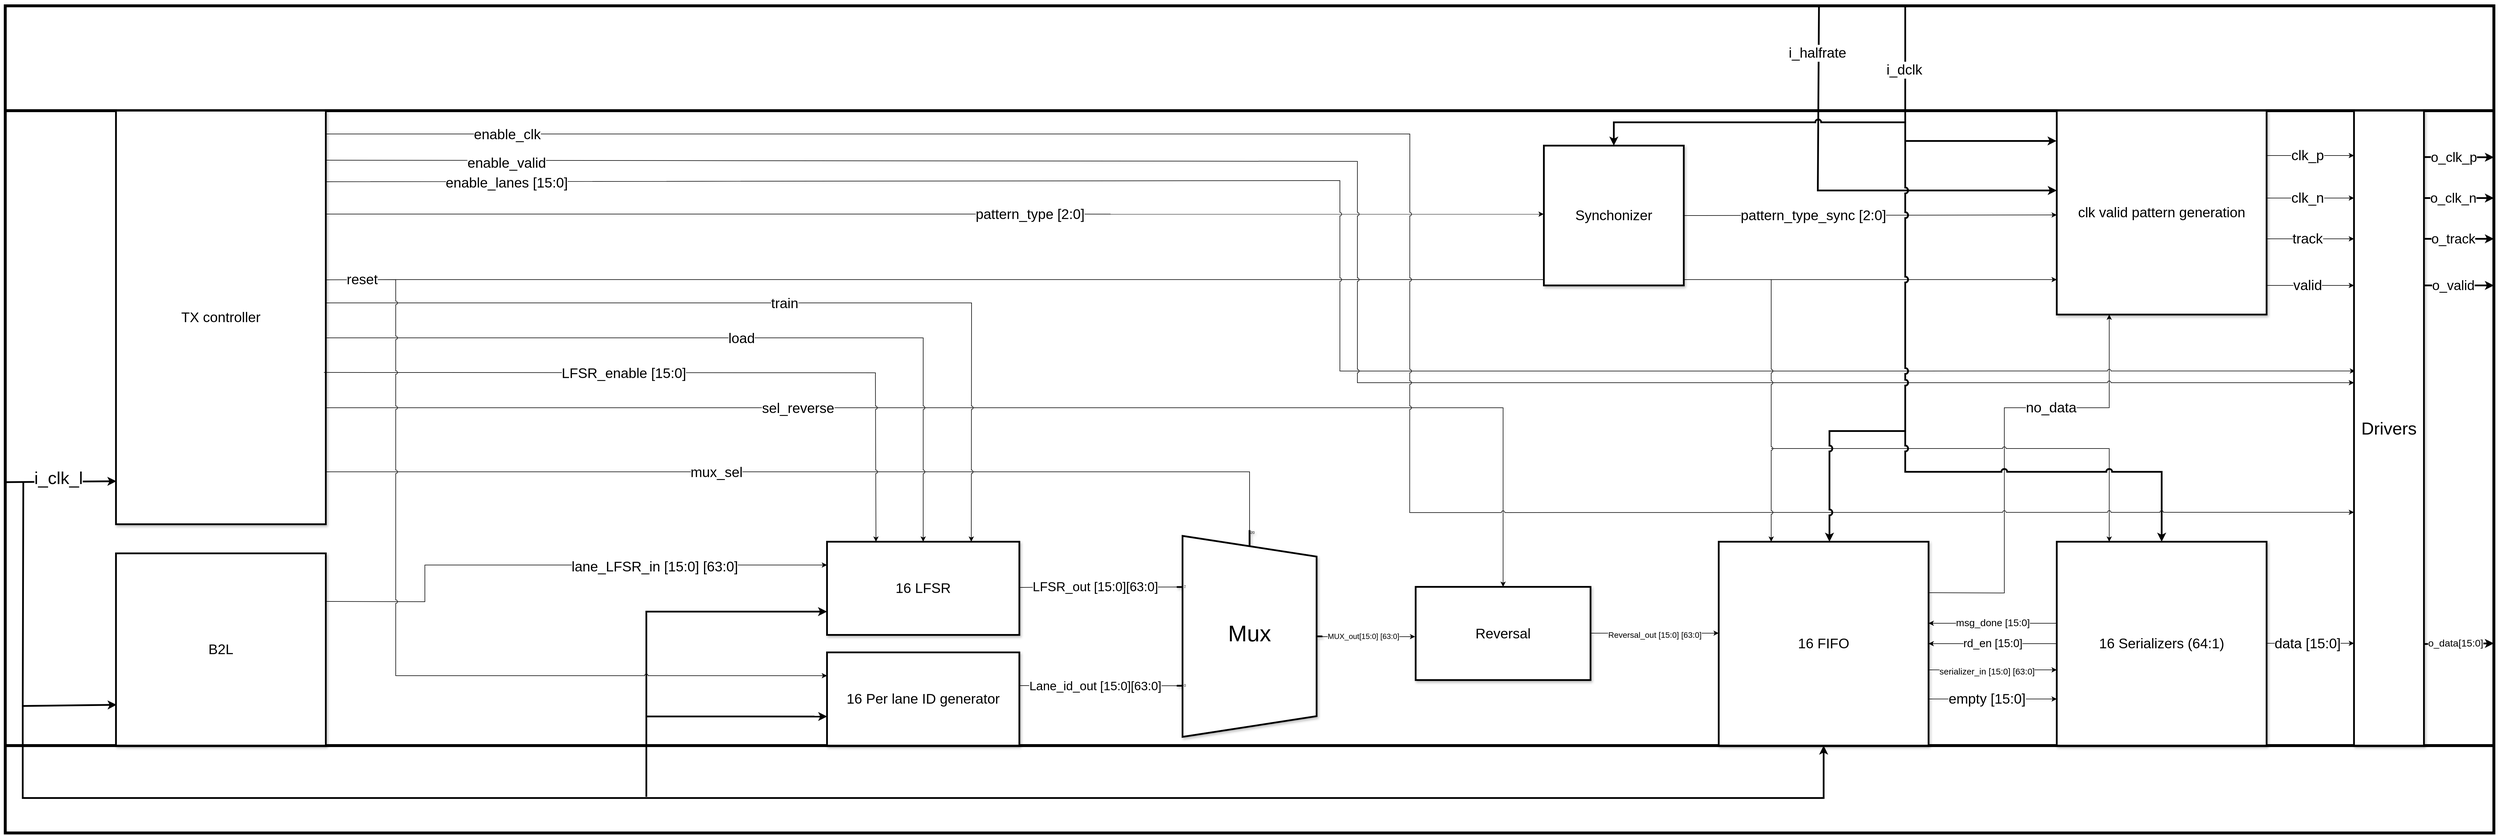
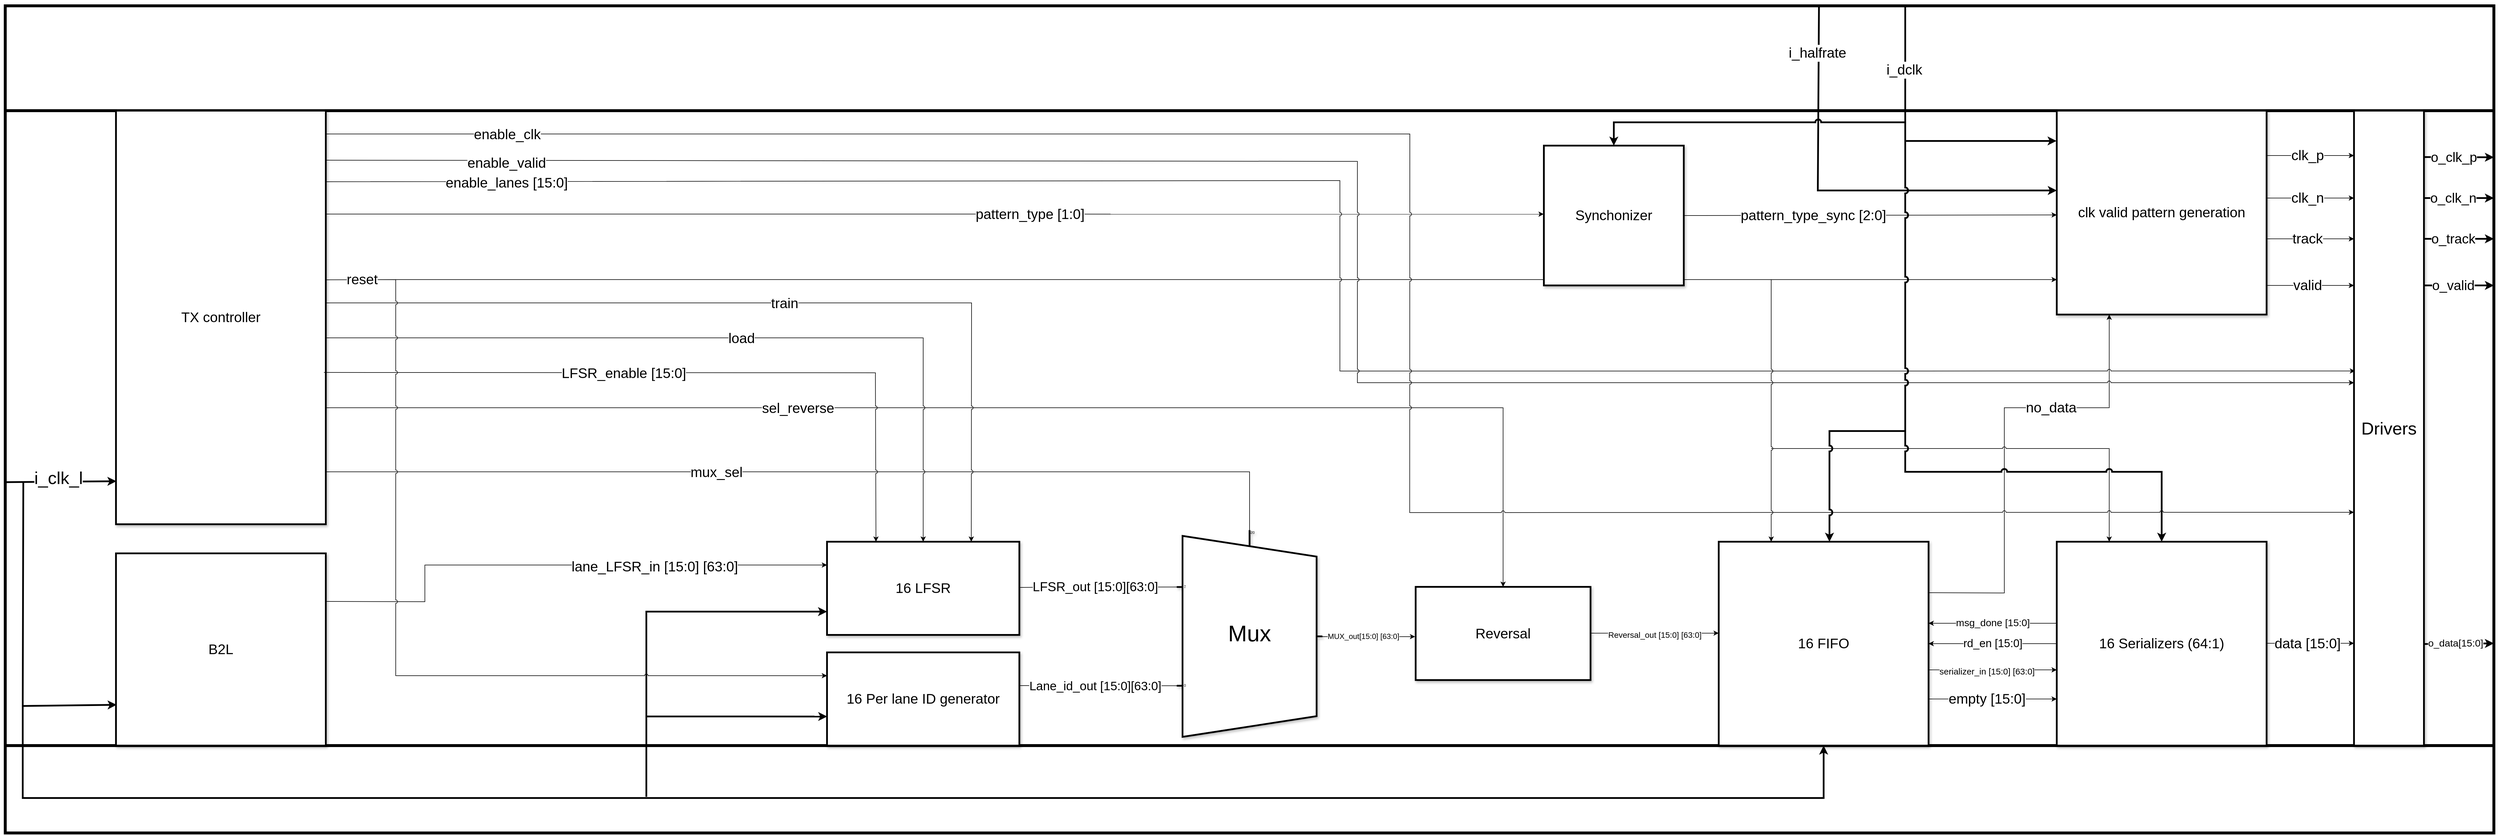
<mxfile host="65bd71144e">
    <diagram id="ARh5Sdh2C6SgtD2m0Pad" name="Page-1">
-         <mxGraphModel dx="5179" dy="2878" grid="1" gridSize="10" guides="1" tooltips="1" connect="1" arrows="1" fold="1" page="1" pageScale="1" pageWidth="850" pageHeight="1100" math="0" shadow="0">
+         <mxGraphModel dx="3996" dy="2078" grid="1" gridSize="10" guides="1" tooltips="1" connect="1" arrows="1" fold="1" page="1" pageScale="1" pageWidth="850" pageHeight="1100" math="0" shadow="0">
            <root>
                <mxCell id="0"/>
                <mxCell id="1" parent="0"/>
-                 <mxCell id="46" value="" style="rounded=0;whiteSpace=wrap;html=1;strokeWidth=5;" vertex="1" parent="1">
+                 <mxCell id="46" value="" style="rounded=0;whiteSpace=wrap;html=1;strokeWidth=5;" parent="1" vertex="1">
                    <mxGeometry x="-1730" y="-180" width="4270" height="1420" as="geometry"/>
                </mxCell>
                <mxCell id="2" value="" style="rounded=0;whiteSpace=wrap;html=1;strokeWidth=5;" parent="1" vertex="1">
                    <mxGeometry x="-1730" width="4270" height="1090" as="geometry"/>
                </mxCell>
                <mxCell id="3" value="&lt;font style=&quot;font-size: 30px;&quot;&gt;Drivers&lt;/font&gt;" style="rounded=0;whiteSpace=wrap;html=1;strokeWidth=3;shadow=1;" parent="1" vertex="1">
                    <mxGeometry x="2300" width="120" height="1090" as="geometry"/>
                </mxCell>
                <mxCell id="4" value="" style="endArrow=classic;html=1;exitX=1.003;exitY=0.073;exitDx=0;exitDy=0;exitPerimeter=0;strokeWidth=3;" parent="1" source="3" edge="1">
                    <mxGeometry width="50" height="50" relative="1" as="geometry">
                        <mxPoint x="2010" y="400" as="sourcePoint"/>
                        <mxPoint x="2540" y="80" as="targetPoint"/>
                    </mxGeometry>
                </mxCell>
                <mxCell id="6" value="&lt;font style=&quot;font-size: 23px;&quot;&gt;o_clk_p&lt;/font&gt;" style="edgeLabel;html=1;align=center;verticalAlign=middle;resizable=0;points=[];" parent="4" vertex="1" connectable="0">
                    <mxGeometry x="0.4869" y="-2" relative="1" as="geometry">
                        <mxPoint x="-39" y="-2" as="offset"/>
                    </mxGeometry>
                </mxCell>
                <mxCell id="7" value="" style="endArrow=classic;html=1;strokeWidth=3;" parent="1" edge="1">
                    <mxGeometry width="50" height="50" relative="1" as="geometry">
                        <mxPoint x="2420" y="150" as="sourcePoint"/>
                        <mxPoint x="2540" y="150" as="targetPoint"/>
                    </mxGeometry>
                </mxCell>
                <mxCell id="8" value="&lt;font style=&quot;font-size: 23px;&quot;&gt;o_clk_n&lt;/font&gt;" style="edgeLabel;html=1;align=center;verticalAlign=middle;resizable=0;points=[];" parent="7" vertex="1" connectable="0">
                    <mxGeometry x="0.4869" y="-2" relative="1" as="geometry">
                        <mxPoint x="-39" y="-2" as="offset"/>
                    </mxGeometry>
                </mxCell>
                <mxCell id="9" value="" style="endArrow=classic;html=1;exitX=1.003;exitY=0.073;exitDx=0;exitDy=0;exitPerimeter=0;strokeWidth=3;" parent="1" edge="1">
                    <mxGeometry width="50" height="50" relative="1" as="geometry">
                        <mxPoint x="2420" y="220" as="sourcePoint"/>
                        <mxPoint x="2540" y="220" as="targetPoint"/>
                    </mxGeometry>
                </mxCell>
                <mxCell id="10" value="&lt;font style=&quot;font-size: 23px;&quot;&gt;o_track&lt;/font&gt;" style="edgeLabel;html=1;align=center;verticalAlign=middle;resizable=0;points=[];" parent="9" vertex="1" connectable="0">
                    <mxGeometry x="0.4869" y="-2" relative="1" as="geometry">
                        <mxPoint x="-39" y="-2" as="offset"/>
                    </mxGeometry>
                </mxCell>
-                 <mxCell id="11" value="" style="endArrow=classic;html=1;entryX=1;entryY=0.839;entryDx=0;entryDy=0;entryPerimeter=0;exitX=0.994;exitY=0.852;exitDx=0;exitDy=0;exitPerimeter=0;strokeWidth=3;" parent="1" edge="1" target="2">
+                 <mxCell id="11" value="" style="endArrow=classic;html=1;entryX=1;entryY=0.839;entryDx=0;entryDy=0;entryPerimeter=0;exitX=0.994;exitY=0.852;exitDx=0;exitDy=0;exitPerimeter=0;strokeWidth=3;" parent="1" target="2" edge="1">
                    <mxGeometry width="50" height="50" relative="1" as="geometry">
                        <mxPoint x="2419.2799999999997" y="915.6800000000003" as="sourcePoint"/>
                        <mxPoint x="2550" y="913" as="targetPoint"/>
                    </mxGeometry>
                </mxCell>
                <mxCell id="12" value="&lt;font style=&quot;font-size: 17px;&quot;&gt;o_data[15:0]&lt;/font&gt;" style="edgeLabel;html=1;align=center;verticalAlign=middle;resizable=0;points=[];" parent="11" vertex="1" connectable="0">
                    <mxGeometry x="0.4869" y="-2" relative="1" as="geometry">
                        <mxPoint x="-36" y="-2" as="offset"/>
                    </mxGeometry>
                </mxCell>
                <mxCell id="18" value="&lt;font style=&quot;font-size: 24px;&quot;&gt;clk valid pattern generation&lt;/font&gt;" style="rounded=0;whiteSpace=wrap;html=1;strokeWidth=3;fillColor=#FFFFFF;shadow=1;" parent="1" vertex="1">
                    <mxGeometry x="1790" width="360" height="350" as="geometry"/>
                </mxCell>
                <mxCell id="19" value="" style="endArrow=classic;html=1;exitX=1.003;exitY=0.073;exitDx=0;exitDy=0;exitPerimeter=0;strokeWidth=3;" parent="1" edge="1">
                    <mxGeometry width="50" height="50" relative="1" as="geometry">
                        <mxPoint x="2419" y="300" as="sourcePoint"/>
                        <mxPoint x="2540" y="300" as="targetPoint"/>
                    </mxGeometry>
                </mxCell>
                <mxCell id="20" value="&lt;font style=&quot;font-size: 23px;&quot;&gt;o_valid&lt;/font&gt;" style="edgeLabel;html=1;align=center;verticalAlign=middle;resizable=0;points=[];" parent="19" vertex="1" connectable="0">
                    <mxGeometry x="0.4869" y="-2" relative="1" as="geometry">
                        <mxPoint x="-39" y="-2" as="offset"/>
                    </mxGeometry>
                </mxCell>
                <mxCell id="21" value="" style="endArrow=classic;html=1;entryX=1;entryY=1;entryDx=0;entryDy=0;exitX=0;exitY=1;exitDx=0;exitDy=0;rounded=0;strokeColor=default;strokeWidth=1;align=center;verticalAlign=middle;fontFamily=Helvetica;fontSize=11;fontColor=default;labelBackgroundColor=default;curved=0;" parent="1" edge="1">
                    <mxGeometry width="50" height="50" relative="1" as="geometry">
                        <mxPoint x="2150" y="77" as="sourcePoint"/>
                        <mxPoint x="2300" y="77" as="targetPoint"/>
                    </mxGeometry>
                </mxCell>
                <mxCell id="23" value="&lt;font style=&quot;font-size: 24px;&quot;&gt;clk_p&lt;/font&gt;" style="edgeLabel;html=1;align=center;verticalAlign=middle;resizable=0;points=[];rounded=0;strokeColor=default;strokeWidth=3;fontFamily=Helvetica;fontSize=11;fontColor=default;labelBackgroundColor=default;" parent="21" vertex="1" connectable="0">
                    <mxGeometry x="-0.4867" relative="1" as="geometry">
                        <mxPoint x="31" as="offset"/>
                    </mxGeometry>
                </mxCell>
                <mxCell id="24" value="" style="endArrow=classic;html=1;entryX=1;entryY=1;entryDx=0;entryDy=0;exitX=0;exitY=1;exitDx=0;exitDy=0;rounded=0;strokeColor=default;strokeWidth=1;align=center;verticalAlign=middle;fontFamily=Helvetica;fontSize=11;fontColor=default;labelBackgroundColor=default;curved=0;" parent="1" edge="1">
                    <mxGeometry width="50" height="50" relative="1" as="geometry">
                        <mxPoint x="2150" y="150" as="sourcePoint"/>
                        <mxPoint x="2300" y="150" as="targetPoint"/>
                    </mxGeometry>
                </mxCell>
                <mxCell id="25" value="&lt;font style=&quot;font-size: 24px;&quot;&gt;clk_n&lt;/font&gt;" style="edgeLabel;html=1;align=center;verticalAlign=middle;resizable=0;points=[];rounded=0;strokeColor=default;strokeWidth=3;fontFamily=Helvetica;fontSize=11;fontColor=default;labelBackgroundColor=default;" parent="24" vertex="1" connectable="0">
                    <mxGeometry x="-0.4867" relative="1" as="geometry">
                        <mxPoint x="31" as="offset"/>
                    </mxGeometry>
                </mxCell>
                <mxCell id="26" value="" style="endArrow=classic;html=1;entryX=1;entryY=1;entryDx=0;entryDy=0;exitX=0;exitY=1;exitDx=0;exitDy=0;rounded=0;strokeColor=default;strokeWidth=1;align=center;verticalAlign=middle;fontFamily=Helvetica;fontSize=11;fontColor=default;labelBackgroundColor=default;curved=0;" parent="1" edge="1">
                    <mxGeometry width="50" height="50" relative="1" as="geometry">
                        <mxPoint x="2150" y="220" as="sourcePoint"/>
                        <mxPoint x="2300" y="220" as="targetPoint"/>
                    </mxGeometry>
                </mxCell>
                <mxCell id="27" value="&lt;font style=&quot;font-size: 24px;&quot;&gt;track&lt;/font&gt;" style="edgeLabel;html=1;align=center;verticalAlign=middle;resizable=0;points=[];rounded=0;strokeColor=default;strokeWidth=3;fontFamily=Helvetica;fontSize=11;fontColor=default;labelBackgroundColor=default;" parent="26" vertex="1" connectable="0">
                    <mxGeometry x="-0.4867" relative="1" as="geometry">
                        <mxPoint x="31" as="offset"/>
                    </mxGeometry>
                </mxCell>
                <mxCell id="28" value="" style="endArrow=classic;html=1;entryX=1;entryY=1;entryDx=0;entryDy=0;exitX=0;exitY=1;exitDx=0;exitDy=0;rounded=0;strokeColor=default;strokeWidth=1;align=center;verticalAlign=middle;fontFamily=Helvetica;fontSize=11;fontColor=default;labelBackgroundColor=default;curved=0;" parent="1" edge="1">
                    <mxGeometry width="50" height="50" relative="1" as="geometry">
                        <mxPoint x="2150" y="300" as="sourcePoint"/>
                        <mxPoint x="2300" y="300" as="targetPoint"/>
                    </mxGeometry>
                </mxCell>
                <mxCell id="29" value="&lt;font style=&quot;font-size: 24px;&quot;&gt;valid&lt;/font&gt;" style="edgeLabel;html=1;align=center;verticalAlign=middle;resizable=0;points=[];rounded=0;strokeColor=default;strokeWidth=3;fontFamily=Helvetica;fontSize=11;fontColor=default;labelBackgroundColor=default;" parent="28" vertex="1" connectable="0">
                    <mxGeometry x="-0.4867" relative="1" as="geometry">
                        <mxPoint x="31" as="offset"/>
                    </mxGeometry>
                </mxCell>
                <mxCell id="31" value="&lt;font style=&quot;font-size: 24px;&quot;&gt;16 Serializers (64:1)&lt;/font&gt;" style="rounded=0;whiteSpace=wrap;html=1;strokeWidth=3;fillColor=#FFFFFF;shadow=1;" parent="1" vertex="1">
                    <mxGeometry x="1790" y="740" width="360" height="350" as="geometry"/>
                </mxCell>
                <mxCell id="33" value="" style="endArrow=classic;html=1;entryX=1;entryY=1;entryDx=0;entryDy=0;exitX=0;exitY=1;exitDx=0;exitDy=0;rounded=0;strokeColor=default;strokeWidth=1;align=center;verticalAlign=middle;fontFamily=Helvetica;fontSize=11;fontColor=default;labelBackgroundColor=default;curved=0;" parent="1" edge="1">
                    <mxGeometry width="50" height="50" relative="1" as="geometry">
                        <mxPoint x="2150" y="914.41" as="sourcePoint"/>
                        <mxPoint x="2300" y="914.41" as="targetPoint"/>
                    </mxGeometry>
                </mxCell>
                <mxCell id="34" value="&lt;font style=&quot;font-size: 24px;&quot;&gt;data [15:0]&lt;/font&gt;" style="edgeLabel;html=1;align=center;verticalAlign=middle;resizable=0;points=[];rounded=0;strokeColor=default;strokeWidth=3;fontFamily=Helvetica;fontSize=11;fontColor=default;labelBackgroundColor=default;" parent="33" vertex="1" connectable="0">
                    <mxGeometry x="-0.4867" relative="1" as="geometry">
                        <mxPoint x="31" as="offset"/>
                    </mxGeometry>
                </mxCell>
                <mxCell id="35" value="&lt;font style=&quot;font-size: 39px;&quot;&gt;Mux&lt;/font&gt;" style="shadow=1;dashed=0;align=center;html=1;strokeWidth=3;shape=mxgraph.electrical.abstract.mux2;whiteSpace=wrap;flipV=1;" parent="1" vertex="1">
                    <mxGeometry x="280" y="720" width="250" height="355" as="geometry"/>
                </mxCell>
                <mxCell id="36" value="&lt;font style=&quot;font-size: 24px;&quot;&gt;16 LFSR&lt;/font&gt;" style="rounded=0;whiteSpace=wrap;html=1;strokeWidth=3;fillColor=#FFFFFF;shadow=1;" parent="1" vertex="1">
                    <mxGeometry x="-320" y="740" width="330" height="160" as="geometry"/>
                </mxCell>
                <mxCell id="37" value="&lt;font style=&quot;font-size: 24px;&quot;&gt;16 Per lane ID generator&lt;/font&gt;" style="rounded=0;whiteSpace=wrap;html=1;strokeWidth=3;fillColor=#FFFFFF;shadow=1;" parent="1" vertex="1">
                    <mxGeometry x="-320" y="930" width="330" height="160" as="geometry"/>
                </mxCell>
                <mxCell id="38" value="&lt;font style=&quot;font-size: 24px;&quot;&gt;B2L&lt;/font&gt;" style="rounded=0;whiteSpace=wrap;html=1;strokeWidth=3;fillColor=#FFFFFF;shadow=1;" parent="1" vertex="1">
                    <mxGeometry x="-1540" y="760" width="360" height="330" as="geometry"/>
                </mxCell>
                <mxCell id="40" value="&lt;font style=&quot;font-size: 24px;&quot;&gt;TX controller&lt;/font&gt;" style="rounded=0;whiteSpace=wrap;html=1;strokeWidth=3;fillColor=#FFFFFF;shadow=1;" parent="1" vertex="1">
                    <mxGeometry x="-1540" width="360" height="710" as="geometry"/>
                </mxCell>
                <mxCell id="43" value="&lt;font style=&quot;font-size: 24px;&quot;&gt;16 FIFO&lt;/font&gt;" style="rounded=0;whiteSpace=wrap;html=1;strokeWidth=3;fillColor=#FFFFFF;shadow=1;" parent="1" vertex="1">
                    <mxGeometry x="1210" y="740" width="360" height="350" as="geometry"/>
                </mxCell>
-                 <mxCell id="47" value="" style="endArrow=classic;html=1;entryX=-0.001;entryY=0.257;entryDx=0;entryDy=0;exitX=0;exitY=0;exitDx=0;exitDy=0;rounded=0;curved=0;strokeWidth=3;entryPerimeter=0;" edge="1" parent="1">
+                 <mxCell id="47" value="" style="endArrow=classic;html=1;entryX=-0.001;entryY=0.257;entryDx=0;entryDy=0;exitX=0;exitY=0;exitDx=0;exitDy=0;rounded=0;curved=0;strokeWidth=3;entryPerimeter=0;" parent="1" edge="1">
                    <mxGeometry width="50" height="50" relative="1" as="geometry">
                        <mxPoint x="1530" y="-181" as="sourcePoint"/>
                        <mxPoint x="1789.6400000000003" y="51.95000000000027" as="targetPoint"/>
                        <Array as="points">
                            <mxPoint x="1530" y="52"/>
                        </Array>
                    </mxGeometry>
                </mxCell>
-                 <mxCell id="49" value="&lt;font style=&quot;font-size: 24px;&quot;&gt;i_dclk&lt;/font&gt;" style="edgeLabel;html=1;align=center;verticalAlign=middle;resizable=0;points=[];" vertex="1" connectable="0" parent="47">
+                 <mxCell id="49" value="&lt;font style=&quot;font-size: 24px;&quot;&gt;i_dclk&lt;/font&gt;" style="edgeLabel;html=1;align=center;verticalAlign=middle;resizable=0;points=[];" parent="47" vertex="1" connectable="0">
                    <mxGeometry x="-0.5519" y="-2" relative="1" as="geometry">
                        <mxPoint as="offset"/>
                    </mxGeometry>
                </mxCell>
-                 <mxCell id="50" value="" style="endArrow=classic;html=1;entryX=1;entryY=1;entryDx=0;entryDy=0;exitX=0;exitY=0;exitDx=0;exitDy=0;rounded=0;curved=0;strokeWidth=3;" edge="1" parent="1">
+                 <mxCell id="50" value="" style="endArrow=classic;html=1;entryX=1;entryY=1;entryDx=0;entryDy=0;exitX=0;exitY=0;exitDx=0;exitDy=0;rounded=0;curved=0;strokeWidth=3;" parent="1" edge="1">
                    <mxGeometry width="50" height="50" relative="1" as="geometry">
                        <mxPoint x="1382" y="-181" as="sourcePoint"/>
                        <mxPoint x="1790" y="136.99999999999977" as="targetPoint"/>
                        <Array as="points">
                            <mxPoint x="1380" y="137"/>
                        </Array>
                    </mxGeometry>
                </mxCell>
-                 <mxCell id="51" value="&lt;font style=&quot;font-size: 24px;&quot;&gt;i_halfrate&lt;/font&gt;" style="edgeLabel;html=1;align=center;verticalAlign=middle;resizable=0;points=[];" vertex="1" connectable="0" parent="50">
+                 <mxCell id="51" value="&lt;font style=&quot;font-size: 24px;&quot;&gt;i_halfrate&lt;/font&gt;" style="edgeLabel;html=1;align=center;verticalAlign=middle;resizable=0;points=[];" parent="50" vertex="1" connectable="0">
                    <mxGeometry x="-0.5519" y="-2" relative="1" as="geometry">
                        <mxPoint y="-81" as="offset"/>
                    </mxGeometry>
                </mxCell>
-                 <mxCell id="53" value="" style="endArrow=classic;html=1;entryX=0.25;entryY=1;entryDx=0;entryDy=0;exitX=1;exitY=0.25;exitDx=0;exitDy=0;rounded=0;curved=0;strokeColor=default;strokeWidth=1;align=center;verticalAlign=middle;fontFamily=Helvetica;fontSize=11;fontColor=default;labelBackgroundColor=default;" edge="1" parent="1" source="43" target="18">
+                 <mxCell id="53" value="" style="endArrow=classic;html=1;entryX=0.25;entryY=1;entryDx=0;entryDy=0;exitX=1;exitY=0.25;exitDx=0;exitDy=0;rounded=0;curved=0;strokeColor=default;strokeWidth=1;align=center;verticalAlign=middle;fontFamily=Helvetica;fontSize=11;fontColor=default;labelBackgroundColor=default;" parent="1" source="43" target="18" edge="1">
                    <mxGeometry width="50" height="50" relative="1" as="geometry">
                        <mxPoint x="1590" y="850" as="sourcePoint"/>
                        <mxPoint x="1640" y="800" as="targetPoint"/>
                        <Array as="points">
                            <mxPoint x="1700" y="828"/>
                            <mxPoint x="1700" y="510"/>
                            <mxPoint x="1880" y="510"/>
                        </Array>
                    </mxGeometry>
                </mxCell>
-                 <mxCell id="55" value="&lt;font style=&quot;font-size: 24px;&quot;&gt;no_data&lt;/font&gt;" style="edgeLabel;html=1;align=center;verticalAlign=middle;resizable=0;points=[];rounded=0;strokeColor=default;strokeWidth=3;fontFamily=Helvetica;fontSize=11;fontColor=default;labelBackgroundColor=default;" vertex="1" connectable="0" parent="53">
+                 <mxCell id="55" value="&lt;font style=&quot;font-size: 24px;&quot;&gt;no_data&lt;/font&gt;" style="edgeLabel;html=1;align=center;verticalAlign=middle;resizable=0;points=[];rounded=0;strokeColor=default;strokeWidth=3;fontFamily=Helvetica;fontSize=11;fontColor=default;labelBackgroundColor=default;" parent="53" vertex="1" connectable="0">
                    <mxGeometry x="0.3863" y="1" relative="1" as="geometry">
                        <mxPoint x="-18" y="1" as="offset"/>
                    </mxGeometry>
                </mxCell>
-                 <mxCell id="57" value="" style="endArrow=classic;html=1;exitX=1;exitY=0.5;exitDx=0;exitDy=0;entryX=1;entryY=1;entryDx=0;entryDy=0;rounded=0;strokeColor=default;strokeWidth=1;align=center;verticalAlign=middle;fontFamily=Helvetica;fontSize=11;fontColor=default;labelBackgroundColor=default;curved=0;" edge="1" parent="1" source="44">
+                 <mxCell id="57" value="" style="endArrow=classic;html=1;exitX=1;exitY=0.5;exitDx=0;exitDy=0;entryX=1;entryY=1;entryDx=0;entryDy=0;rounded=0;strokeColor=default;strokeWidth=1;align=center;verticalAlign=middle;fontFamily=Helvetica;fontSize=11;fontColor=default;labelBackgroundColor=default;curved=0;" parent="1" source="44" edge="1">
                    <mxGeometry width="50" height="50" relative="1" as="geometry">
                        <mxPoint x="1510" y="280" as="sourcePoint"/>
                        <mxPoint x="1790" y="179" as="targetPoint"/>
                    </mxGeometry>
                </mxCell>
-                 <mxCell id="59" value="&lt;font style=&quot;font-size: 24px;&quot;&gt;pattern_type_sync [2:0]&lt;/font&gt;" style="edgeLabel;html=1;align=center;verticalAlign=middle;resizable=0;points=[];rounded=0;strokeColor=default;strokeWidth=3;fontFamily=Helvetica;fontSize=11;fontColor=default;labelBackgroundColor=default;" vertex="1" connectable="0" parent="57">
+                 <mxCell id="59" value="&lt;font style=&quot;font-size: 24px;&quot;&gt;pattern_type_sync [2:0]&lt;/font&gt;" style="edgeLabel;html=1;align=center;verticalAlign=middle;resizable=0;points=[];rounded=0;strokeColor=default;strokeWidth=3;fontFamily=Helvetica;fontSize=11;fontColor=default;labelBackgroundColor=default;" parent="57" vertex="1" connectable="0">
                    <mxGeometry x="-0.3073" relative="1" as="geometry">
                        <mxPoint as="offset"/>
                    </mxGeometry>
                </mxCell>
-                 <mxCell id="70" value="" style="endArrow=classic;html=1;exitX=0.5;exitY=0;exitDx=0;exitDy=0;rounded=0;curved=0;strokeColor=default;strokeWidth=3;align=center;verticalAlign=middle;fontFamily=Helvetica;fontSize=11;fontColor=default;labelBackgroundColor=default;entryX=0.5;entryY=0;entryDx=0;entryDy=0;jumpStyle=arc;" edge="1" parent="1" target="44">
+                 <mxCell id="70" value="" style="endArrow=classic;html=1;exitX=0.5;exitY=0;exitDx=0;exitDy=0;rounded=0;curved=0;strokeColor=default;strokeWidth=3;align=center;verticalAlign=middle;fontFamily=Helvetica;fontSize=11;fontColor=default;labelBackgroundColor=default;entryX=0.5;entryY=0;entryDx=0;entryDy=0;jumpStyle=arc;" parent="1" target="44" edge="1">
                    <mxGeometry width="50" height="50" relative="1" as="geometry">
                        <mxPoint x="1530" y="20" as="sourcePoint"/>
                        <mxPoint x="1300" y="20" as="targetPoint"/>
                        <Array as="points">
                            <mxPoint x="1030" y="20"/>
                        </Array>
                    </mxGeometry>
                </mxCell>
-                 <mxCell id="72" value="" style="endArrow=classic;html=1;entryX=1;entryY=0.5;entryDx=0;entryDy=0;exitX=0;exitY=0.5;exitDx=0;exitDy=0;rounded=0;strokeColor=default;strokeWidth=1;align=center;verticalAlign=middle;fontFamily=Helvetica;fontSize=11;fontColor=default;labelBackgroundColor=default;curved=0;" edge="1" parent="1" source="31" target="43">
+                 <mxCell id="72" value="" style="endArrow=classic;html=1;entryX=1;entryY=0.5;entryDx=0;entryDy=0;exitX=0;exitY=0.5;exitDx=0;exitDy=0;rounded=0;strokeColor=default;strokeWidth=1;align=center;verticalAlign=middle;fontFamily=Helvetica;fontSize=11;fontColor=default;labelBackgroundColor=default;curved=0;" parent="1" source="31" target="43" edge="1">
                    <mxGeometry width="50" height="50" relative="1" as="geometry">
                        <mxPoint x="1730" y="870" as="sourcePoint"/>
                        <mxPoint x="1680" y="920" as="targetPoint"/>
                    </mxGeometry>
                </mxCell>
-                 <mxCell id="74" value="&lt;font style=&quot;font-size: 19px;&quot;&gt;rd_en [15:0]&lt;/font&gt;" style="edgeLabel;html=1;align=center;verticalAlign=middle;resizable=0;points=[];" vertex="1" connectable="0" parent="72">
+                 <mxCell id="74" value="&lt;font style=&quot;font-size: 19px;&quot;&gt;rd_en [15:0]&lt;/font&gt;" style="edgeLabel;html=1;align=center;verticalAlign=middle;resizable=0;points=[];" parent="72" vertex="1" connectable="0">
                    <mxGeometry x="-0.4618" y="-1" relative="1" as="geometry">
                        <mxPoint x="-51" y="1" as="offset"/>
                    </mxGeometry>
                </mxCell>
-                 <mxCell id="75" value="" style="endArrow=classic;html=1;entryX=1;entryY=0.5;entryDx=0;entryDy=0;exitX=0;exitY=0.5;exitDx=0;exitDy=0;rounded=0;strokeColor=default;strokeWidth=1;align=center;verticalAlign=middle;fontFamily=Helvetica;fontSize=11;fontColor=default;labelBackgroundColor=default;curved=0;" edge="1" parent="1">
+                 <mxCell id="75" value="" style="endArrow=classic;html=1;entryX=1;entryY=0.5;entryDx=0;entryDy=0;exitX=0;exitY=0.5;exitDx=0;exitDy=0;rounded=0;strokeColor=default;strokeWidth=1;align=center;verticalAlign=middle;fontFamily=Helvetica;fontSize=11;fontColor=default;labelBackgroundColor=default;curved=0;" parent="1" edge="1">
                    <mxGeometry width="50" height="50" relative="1" as="geometry">
                        <mxPoint x="1570" y="960" as="sourcePoint"/>
                        <mxPoint x="1790" y="960" as="targetPoint"/>
                    </mxGeometry>
                </mxCell>
-                 <mxCell id="76" value="&lt;font style=&quot;font-size: 15px;&quot;&gt;serializer_in [15:0] [63:0]&lt;/font&gt;" style="edgeLabel;html=1;align=center;verticalAlign=middle;resizable=0;points=[];" vertex="1" connectable="0" parent="75">
+                 <mxCell id="76" value="&lt;font style=&quot;font-size: 15px;&quot;&gt;serializer_in [15:0] [63:0]&lt;/font&gt;" style="edgeLabel;html=1;align=center;verticalAlign=middle;resizable=0;points=[];" parent="75" vertex="1" connectable="0">
                    <mxGeometry x="-0.4618" y="-1" relative="1" as="geometry">
                        <mxPoint x="41" y="1" as="offset"/>
                    </mxGeometry>
                </mxCell>
-                 <mxCell id="77" value="" style="endArrow=classic;html=1;entryX=1;entryY=0.5;entryDx=0;entryDy=0;exitX=0;exitY=0.5;exitDx=0;exitDy=0;rounded=0;strokeColor=default;strokeWidth=1;align=center;verticalAlign=middle;fontFamily=Helvetica;fontSize=11;fontColor=default;labelBackgroundColor=default;curved=0;" edge="1" parent="1">
+                 <mxCell id="77" value="" style="endArrow=classic;html=1;entryX=1;entryY=0.5;entryDx=0;entryDy=0;exitX=0;exitY=0.5;exitDx=0;exitDy=0;rounded=0;strokeColor=default;strokeWidth=1;align=center;verticalAlign=middle;fontFamily=Helvetica;fontSize=11;fontColor=default;labelBackgroundColor=default;curved=0;" parent="1" edge="1">
                    <mxGeometry width="50" height="50" relative="1" as="geometry">
                        <mxPoint x="1570" y="1010" as="sourcePoint"/>
                        <mxPoint x="1790" y="1010" as="targetPoint"/>
                    </mxGeometry>
                </mxCell>
-                 <mxCell id="78" value="&lt;font style=&quot;font-size: 24px;&quot;&gt;empty [15:0]&lt;/font&gt;" style="edgeLabel;html=1;align=center;verticalAlign=middle;resizable=0;points=[];" vertex="1" connectable="0" parent="77">
+                 <mxCell id="78" value="&lt;font style=&quot;font-size: 24px;&quot;&gt;empty [15:0]&lt;/font&gt;" style="edgeLabel;html=1;align=center;verticalAlign=middle;resizable=0;points=[];" parent="77" vertex="1" connectable="0">
                    <mxGeometry x="-0.4618" y="-1" relative="1" as="geometry">
                        <mxPoint x="41" y="-1" as="offset"/>
                    </mxGeometry>
                </mxCell>
-                 <mxCell id="79" value="" style="endArrow=classic;html=1;entryX=1;entryY=0.5;entryDx=0;entryDy=0;exitX=0;exitY=0.5;exitDx=0;exitDy=0;rounded=0;strokeColor=default;strokeWidth=1;align=center;verticalAlign=middle;fontFamily=Helvetica;fontSize=11;fontColor=default;labelBackgroundColor=default;curved=0;" edge="1" parent="1">
+                 <mxCell id="79" value="" style="endArrow=classic;html=1;entryX=1;entryY=0.5;entryDx=0;entryDy=0;exitX=0;exitY=0.5;exitDx=0;exitDy=0;rounded=0;strokeColor=default;strokeWidth=1;align=center;verticalAlign=middle;fontFamily=Helvetica;fontSize=11;fontColor=default;labelBackgroundColor=default;curved=0;" parent="1" edge="1">
                    <mxGeometry width="50" height="50" relative="1" as="geometry">
                        <mxPoint x="1790" y="880" as="sourcePoint"/>
                        <mxPoint x="1570" y="880" as="targetPoint"/>
                    </mxGeometry>
                </mxCell>
-                 <mxCell id="80" value="&lt;font style=&quot;font-size: 17px;&quot;&gt;msg_done [15:0]&lt;/font&gt;" style="edgeLabel;html=1;align=center;verticalAlign=middle;resizable=0;points=[];" vertex="1" connectable="0" parent="79">
+                 <mxCell id="80" value="&lt;font style=&quot;font-size: 17px;&quot;&gt;msg_done [15:0]&lt;/font&gt;" style="edgeLabel;html=1;align=center;verticalAlign=middle;resizable=0;points=[];" parent="79" vertex="1" connectable="0">
                    <mxGeometry x="-0.4618" y="-1" relative="1" as="geometry">
                        <mxPoint x="-51" y="1" as="offset"/>
                    </mxGeometry>
                </mxCell>
-                 <mxCell id="81" value="&lt;font style=&quot;font-size: 24px;&quot;&gt;Reversal&lt;/font&gt;" style="rounded=0;whiteSpace=wrap;html=1;strokeWidth=3;fillColor=#FFFFFF;shadow=1;" vertex="1" parent="1">
+                 <mxCell id="81" value="&lt;font style=&quot;font-size: 24px;&quot;&gt;Reversal&lt;/font&gt;" style="rounded=0;whiteSpace=wrap;html=1;strokeWidth=3;fillColor=#FFFFFF;shadow=1;" parent="1" vertex="1">
                    <mxGeometry x="690" y="817.5" width="300" height="160" as="geometry"/>
                </mxCell>
-                 <mxCell id="82" value="" style="endArrow=classic;html=1;entryX=1;entryY=0.5;entryDx=0;entryDy=0;exitX=0;exitY=0.5;exitDx=0;exitDy=0;rounded=0;strokeColor=default;strokeWidth=1;align=center;verticalAlign=middle;fontFamily=Helvetica;fontSize=11;fontColor=default;labelBackgroundColor=default;curved=0;" edge="1" parent="1">
+                 <mxCell id="82" value="" style="endArrow=classic;html=1;entryX=1;entryY=0.5;entryDx=0;entryDy=0;exitX=0;exitY=0.5;exitDx=0;exitDy=0;rounded=0;strokeColor=default;strokeWidth=1;align=center;verticalAlign=middle;fontFamily=Helvetica;fontSize=11;fontColor=default;labelBackgroundColor=default;curved=0;" parent="1" edge="1">
                    <mxGeometry width="50" height="50" relative="1" as="geometry">
                        <mxPoint x="990" y="896.94" as="sourcePoint"/>
                        <mxPoint x="1210" y="896.94" as="targetPoint"/>
                    </mxGeometry>
                </mxCell>
-                 <mxCell id="83" value="&lt;font style=&quot;font-size: 14px;&quot;&gt;Reversal_out [15:0] [63:0]&lt;/font&gt;" style="edgeLabel;html=1;align=center;verticalAlign=middle;resizable=0;points=[];" vertex="1" connectable="0" parent="82">
+                 <mxCell id="83" value="&lt;font style=&quot;font-size: 14px;&quot;&gt;Reversal_out [15:0] [63:0]&lt;/font&gt;" style="edgeLabel;html=1;align=center;verticalAlign=middle;resizable=0;points=[];" parent="82" vertex="1" connectable="0">
                    <mxGeometry x="-0.4618" y="-1" relative="1" as="geometry">
                        <mxPoint x="51" y="2" as="offset"/>
                    </mxGeometry>
                </mxCell>
-                 <mxCell id="86" value="" style="endArrow=classic;html=1;entryX=-0.003;entryY=0.534;entryDx=0;entryDy=0;exitX=0;exitY=0.5;exitDx=0;exitDy=0;rounded=0;strokeColor=default;strokeWidth=1;align=center;verticalAlign=middle;fontFamily=Helvetica;fontSize=11;fontColor=default;labelBackgroundColor=default;curved=0;entryPerimeter=0;" edge="1" parent="1" target="81">
+                 <mxCell id="86" value="" style="endArrow=classic;html=1;entryX=-0.003;entryY=0.534;entryDx=0;entryDy=0;exitX=0;exitY=0.5;exitDx=0;exitDy=0;rounded=0;strokeColor=default;strokeWidth=1;align=center;verticalAlign=middle;fontFamily=Helvetica;fontSize=11;fontColor=default;labelBackgroundColor=default;curved=0;entryPerimeter=0;" parent="1" target="81" edge="1">
                    <mxGeometry width="50" height="50" relative="1" as="geometry">
                        <mxPoint x="530" y="902.94" as="sourcePoint"/>
                        <mxPoint x="750" y="902.94" as="targetPoint"/>
                    </mxGeometry>
                </mxCell>
-                 <mxCell id="87" value="&lt;font style=&quot;font-size: 13px;&quot;&gt;MUX_out[15:0] [63:0]&lt;/font&gt;" style="edgeLabel;html=1;align=center;verticalAlign=middle;resizable=0;points=[];" vertex="1" connectable="0" parent="86">
+                 <mxCell id="87" value="&lt;font style=&quot;font-size: 13px;&quot;&gt;MUX_out[15:0] [63:0]&lt;/font&gt;" style="edgeLabel;html=1;align=center;verticalAlign=middle;resizable=0;points=[];" parent="86" vertex="1" connectable="0">
                    <mxGeometry x="-0.4618" y="-1" relative="1" as="geometry">
                        <mxPoint x="27" y="-2" as="offset"/>
                    </mxGeometry>
                </mxCell>
-                 <mxCell id="88" value="" style="endArrow=none;html=1;entryX=0;entryY=0.7161971830985915;entryDx=0;entryDy=3;entryPerimeter=0;exitX=1.001;exitY=0.491;exitDx=0;exitDy=0;rounded=0;curved=0;exitPerimeter=0;" edge="1" parent="1" source="36" target="35">
+                 <mxCell id="88" value="" style="endArrow=none;html=1;entryX=0;entryY=0.7161971830985915;entryDx=0;entryDy=3;entryPerimeter=0;exitX=1.001;exitY=0.491;exitDx=0;exitDy=0;rounded=0;curved=0;exitPerimeter=0;" parent="1" source="36" target="35" edge="1">
                    <mxGeometry width="50" height="50" relative="1" as="geometry">
                        <mxPoint x="90" y="800" as="sourcePoint"/>
                        <mxPoint x="140" y="750" as="targetPoint"/>
                        <Array as="points">
                            <mxPoint x="70" y="818"/>
                        </Array>
                    </mxGeometry>
                </mxCell>
-                 <mxCell id="93" value="&lt;font style=&quot;font-size: 22px;&quot;&gt;LFSR_out [15:0][63:0]&lt;/font&gt;" style="edgeLabel;html=1;align=center;verticalAlign=middle;resizable=0;points=[];" vertex="1" connectable="0" parent="88">
+                 <mxCell id="93" value="&lt;font style=&quot;font-size: 22px;&quot;&gt;LFSR_out [15:0][63:0]&lt;/font&gt;" style="edgeLabel;html=1;align=center;verticalAlign=middle;resizable=0;points=[];" parent="88" vertex="1" connectable="0">
                    <mxGeometry x="-0.1569" y="-1" relative="1" as="geometry">
                        <mxPoint x="16" y="-1" as="offset"/>
                    </mxGeometry>
                </mxCell>
-                 <mxCell id="90" value="" style="endArrow=none;html=1;entryX=0;entryY=0.23873239436619717;entryDx=0;entryDy=3;entryPerimeter=0;exitX=0;exitY=1;exitDx=0;exitDy=0;" edge="1" parent="1" target="35">
+                 <mxCell id="90" value="" style="endArrow=none;html=1;entryX=0;entryY=0.23873239436619717;entryDx=0;entryDy=3;entryPerimeter=0;exitX=0;exitY=1;exitDx=0;exitDy=0;" parent="1" target="35" edge="1">
                    <mxGeometry width="50" height="50" relative="1" as="geometry">
                        <mxPoint x="10" y="987" as="sourcePoint"/>
                        <mxPoint x="120" y="930" as="targetPoint"/>
                    </mxGeometry>
                </mxCell>
-                 <mxCell id="94" value="&lt;span style=&quot;color: rgb(0, 0, 0);&quot;&gt;&lt;font style=&quot;font-size: 21px;&quot;&gt;Lane_id_out [15:0][63:0]&lt;/font&gt;&lt;/span&gt;" style="edgeLabel;html=1;align=center;verticalAlign=middle;resizable=0;points=[];" vertex="1" connectable="0" parent="90">
+                 <mxCell id="94" value="&lt;span style=&quot;color: rgb(0, 0, 0);&quot;&gt;&lt;font style=&quot;font-size: 21px;&quot;&gt;Lane_id_out [15:0][63:0]&lt;/font&gt;&lt;/span&gt;" style="edgeLabel;html=1;align=center;verticalAlign=middle;resizable=0;points=[];" parent="90" vertex="1" connectable="0">
                    <mxGeometry x="-0.4755" relative="1" as="geometry">
                        <mxPoint x="59" as="offset"/>
                    </mxGeometry>
                </mxCell>
-                 <mxCell id="95" value="" style="endArrow=none;html=1;exitX=0;exitY=1;exitDx=0;exitDy=0;entryX=0.46;entryY=1;entryDx=10;entryDy=0;entryPerimeter=0;rounded=0;curved=0;" edge="1" parent="1" target="35">
+                 <mxCell id="95" value="" style="endArrow=none;html=1;exitX=0;exitY=1;exitDx=0;exitDy=0;entryX=0.46;entryY=1;entryDx=10;entryDy=0;entryPerimeter=0;rounded=0;curved=0;" parent="1" target="35" edge="1">
                    <mxGeometry width="50" height="50" relative="1" as="geometry">
                        <mxPoint x="-1180" y="620" as="sourcePoint"/>
                        <mxPoint x="-760" y="470" as="targetPoint"/>
                        <Array as="points">
                            <mxPoint x="405" y="620"/>
                        </Array>
                    </mxGeometry>
                </mxCell>
-                 <mxCell id="96" value="&lt;font style=&quot;font-size: 24px;&quot;&gt;mux_sel&lt;/font&gt;" style="edgeLabel;html=1;align=center;verticalAlign=middle;resizable=0;points=[];" vertex="1" connectable="0" parent="95">
+                 <mxCell id="96" value="&lt;font style=&quot;font-size: 24px;&quot;&gt;mux_sel&lt;/font&gt;" style="edgeLabel;html=1;align=center;verticalAlign=middle;resizable=0;points=[];" parent="95" vertex="1" connectable="0">
                    <mxGeometry x="-0.1805" y="-1" relative="1" as="geometry">
                        <mxPoint x="-21" as="offset"/>
                    </mxGeometry>
                </mxCell>
-                 <mxCell id="98" value="" style="endArrow=classic;html=1;exitX=0.995;exitY=0.382;exitDx=0;exitDy=0;exitPerimeter=0;entryX=0.5;entryY=0;entryDx=0;entryDy=0;rounded=0;curved=0;strokeColor=default;strokeWidth=1;align=center;verticalAlign=middle;fontFamily=Helvetica;fontSize=11;fontColor=default;labelBackgroundColor=default;" edge="1" parent="1" target="81">
+                 <mxCell id="98" value="" style="endArrow=classic;html=1;exitX=0.995;exitY=0.382;exitDx=0;exitDy=0;exitPerimeter=0;entryX=0.5;entryY=0;entryDx=0;entryDy=0;rounded=0;curved=0;strokeColor=default;strokeWidth=1;align=center;verticalAlign=middle;fontFamily=Helvetica;fontSize=11;fontColor=default;labelBackgroundColor=default;" parent="1" target="81" edge="1">
                    <mxGeometry width="50" height="50" relative="1" as="geometry">
                        <mxPoint x="-1180" y="510" as="sourcePoint"/>
                        <mxPoint x="407" y="610" as="targetPoint"/>
                        <Array as="points">
                            <mxPoint x="840" y="510"/>
                        </Array>
                    </mxGeometry>
                </mxCell>
-                 <mxCell id="99" value="&lt;font style=&quot;font-size: 24px;&quot;&gt;sel_reverse&lt;/font&gt;" style="edgeLabel;html=1;align=center;verticalAlign=middle;resizable=0;points=[];rounded=0;strokeColor=default;strokeWidth=3;fontFamily=Helvetica;fontSize=11;fontColor=default;labelBackgroundColor=default;" vertex="1" connectable="0" parent="98">
+                 <mxCell id="99" value="&lt;font style=&quot;font-size: 24px;&quot;&gt;sel_reverse&lt;/font&gt;" style="edgeLabel;html=1;align=center;verticalAlign=middle;resizable=0;points=[];rounded=0;strokeColor=default;strokeWidth=3;fontFamily=Helvetica;fontSize=11;fontColor=default;labelBackgroundColor=default;" parent="98" vertex="1" connectable="0">
                    <mxGeometry x="-0.1805" y="-1" relative="1" as="geometry">
                        <mxPoint x="-144" as="offset"/>
                    </mxGeometry>
                </mxCell>
-                 <mxCell id="103" value="" style="endArrow=classic;html=1;entryX=0;entryY=1;entryDx=0;entryDy=0;exitX=0.991;exitY=0.633;exitDx=0;exitDy=0;exitPerimeter=0;rounded=0;curved=0;jumpStyle=arc;" edge="1" parent="1" source="40">
+                 <mxCell id="103" value="" style="endArrow=classic;html=1;entryX=0;entryY=1;entryDx=0;entryDy=0;exitX=0.991;exitY=0.633;exitDx=0;exitDy=0;exitPerimeter=0;rounded=0;curved=0;jumpStyle=arc;" parent="1" source="40" edge="1">
                    <mxGeometry width="50" height="50" relative="1" as="geometry">
                        <mxPoint x="-1160.0000000000002" y="179.99999999999991" as="sourcePoint"/>
                        <mxPoint x="-236" y="740" as="targetPoint"/>
                        <Array as="points">
                            <mxPoint x="-237" y="450"/>
                        </Array>
                    </mxGeometry>
                </mxCell>
-                 <mxCell id="105" value="&lt;font style=&quot;font-size: 24px;&quot;&gt;LFSR_enable [15:0]&lt;/font&gt;" style="edgeLabel;html=1;align=center;verticalAlign=middle;resizable=0;points=[];" vertex="1" connectable="0" parent="103">
+                 <mxCell id="105" value="&lt;font style=&quot;font-size: 24px;&quot;&gt;LFSR_enable [15:0]&lt;/font&gt;" style="edgeLabel;html=1;align=center;verticalAlign=middle;resizable=0;points=[];" parent="103" vertex="1" connectable="0">
                    <mxGeometry x="-0.1688" y="-1" relative="1" as="geometry">
                        <mxPoint as="offset"/>
                    </mxGeometry>
                </mxCell>
-                 <mxCell id="106" value="" style="endArrow=classic;html=1;entryX=0.5;entryY=0;entryDx=0;entryDy=0;exitX=0;exitY=1;exitDx=0;exitDy=0;rounded=0;curved=0;jumpStyle=arc;" edge="1" parent="1" target="36">
+                 <mxCell id="106" value="" style="endArrow=classic;html=1;entryX=0.5;entryY=0;entryDx=0;entryDy=0;exitX=0;exitY=1;exitDx=0;exitDy=0;rounded=0;curved=0;jumpStyle=arc;" parent="1" target="36" edge="1">
                    <mxGeometry width="50" height="50" relative="1" as="geometry">
                        <mxPoint x="-1179.9999999999986" y="390" as="sourcePoint"/>
                        <mxPoint x="-550" y="330" as="targetPoint"/>
                        <Array as="points">
                            <mxPoint x="-155" y="390"/>
                        </Array>
                    </mxGeometry>
                </mxCell>
-                 <mxCell id="110" value="&lt;font style=&quot;font-size: 24px;&quot;&gt;load&lt;/font&gt;" style="edgeLabel;html=1;align=center;verticalAlign=middle;resizable=0;points=[];" vertex="1" connectable="0" parent="106">
+                 <mxCell id="110" value="&lt;font style=&quot;font-size: 24px;&quot;&gt;load&lt;/font&gt;" style="edgeLabel;html=1;align=center;verticalAlign=middle;resizable=0;points=[];" parent="106" vertex="1" connectable="0">
                    <mxGeometry x="0.0364" y="-1" relative="1" as="geometry">
                        <mxPoint as="offset"/>
                    </mxGeometry>
                </mxCell>
-                 <mxCell id="111" value="" style="endArrow=classic;html=1;entryX=0.75;entryY=0;entryDx=0;entryDy=0;exitX=0;exitY=1;exitDx=0;exitDy=0;rounded=0;curved=0;jumpStyle=arc;" edge="1" parent="1" target="36">
+                 <mxCell id="111" value="" style="endArrow=classic;html=1;entryX=0.75;entryY=0;entryDx=0;entryDy=0;exitX=0;exitY=1;exitDx=0;exitDy=0;rounded=0;curved=0;jumpStyle=arc;" parent="1" target="36" edge="1">
                    <mxGeometry width="50" height="50" relative="1" as="geometry">
                        <mxPoint x="-1179.9999999999986" y="330" as="sourcePoint"/>
                        <mxPoint x="-155" y="680" as="targetPoint"/>
                        <Array as="points">
                            <mxPoint x="-72" y="330"/>
                        </Array>
                    </mxGeometry>
                </mxCell>
-                 <mxCell id="112" value="&lt;font style=&quot;font-size: 24px;&quot;&gt;train&lt;/font&gt;" style="edgeLabel;html=1;align=center;verticalAlign=middle;resizable=0;points=[];" vertex="1" connectable="0" parent="111">
+                 <mxCell id="112" value="&lt;font style=&quot;font-size: 24px;&quot;&gt;train&lt;/font&gt;" style="edgeLabel;html=1;align=center;verticalAlign=middle;resizable=0;points=[];" parent="111" vertex="1" connectable="0">
                    <mxGeometry x="0.0364" y="-1" relative="1" as="geometry">
                        <mxPoint as="offset"/>
                    </mxGeometry>
                </mxCell>
-                 <mxCell id="118" value="" style="endArrow=classic;html=1;entryX=1;entryY=1;entryDx=0;entryDy=0;" edge="1" parent="1">
+                 <mxCell id="118" value="" style="endArrow=classic;html=1;entryX=1;entryY=1;entryDx=0;entryDy=0;" parent="1" edge="1">
                    <mxGeometry width="50" height="50" relative="1" as="geometry">
                        <mxPoint x="-1060" y="290" as="sourcePoint"/>
                        <mxPoint x="1790.000000000001" y="290" as="targetPoint"/>
                    </mxGeometry>
                </mxCell>
                <mxCell id="44" value="&lt;font style=&quot;font-size: 24px;&quot;&gt;Synchonizer&lt;/font&gt;" style="rounded=0;whiteSpace=wrap;html=1;strokeWidth=3;fillColor=#FFFFFF;shadow=1;" parent="1" vertex="1">
                    <mxGeometry x="910" y="60" width="240" height="240" as="geometry"/>
                </mxCell>
-                 <mxCell id="121" value="" style="endArrow=classic;html=1;entryX=0.25;entryY=0;entryDx=0;entryDy=0;rounded=0;curved=0;jumpStyle=arc;" edge="1" parent="1" target="31">
+                 <mxCell id="121" value="" style="endArrow=classic;html=1;entryX=0.25;entryY=0;entryDx=0;entryDy=0;rounded=0;curved=0;jumpStyle=arc;" parent="1" target="31" edge="1">
                    <mxGeometry width="50" height="50" relative="1" as="geometry">
                        <mxPoint x="1300" y="580" as="sourcePoint"/>
                        <mxPoint x="1770" y="530" as="targetPoint"/>
                        <Array as="points">
                            <mxPoint x="1880" y="580"/>
                        </Array>
                    </mxGeometry>
                </mxCell>
-                 <mxCell id="67" value="" style="endArrow=classic;html=1;entryX=0.5;entryY=0;entryDx=0;entryDy=0;rounded=0;curved=0;strokeWidth=3;jumpStyle=arc;strokeColor=default;align=center;verticalAlign=middle;fontFamily=Helvetica;fontSize=11;fontColor=default;labelBackgroundColor=default;" edge="1" parent="1" target="31">
+                 <mxCell id="67" value="" style="endArrow=classic;html=1;entryX=0.5;entryY=0;entryDx=0;entryDy=0;rounded=0;curved=0;strokeWidth=3;jumpStyle=arc;strokeColor=default;align=center;verticalAlign=middle;fontFamily=Helvetica;fontSize=11;fontColor=default;labelBackgroundColor=default;" parent="1" target="31" edge="1">
                    <mxGeometry width="50" height="50" relative="1" as="geometry">
                        <mxPoint x="1530" y="550" as="sourcePoint"/>
                        <mxPoint x="1970" y="440" as="targetPoint"/>
                        <Array as="points">
                            <mxPoint x="1530" y="620"/>
                            <mxPoint x="1970" y="620"/>
                        </Array>
                    </mxGeometry>
                </mxCell>
-                 <mxCell id="122" value="" style="endArrow=classic;html=1;entryX=-0.001;entryY=0.49;entryDx=0;entryDy=0;exitX=1;exitY=0.25;exitDx=0;exitDy=0;entryPerimeter=0;" edge="1" parent="1" source="40" target="44">
+                 <mxCell id="122" value="" style="endArrow=classic;html=1;entryX=-0.001;entryY=0.49;entryDx=0;entryDy=0;exitX=1;exitY=0.25;exitDx=0;exitDy=0;entryPerimeter=0;" parent="1" source="40" target="44" edge="1">
                    <mxGeometry width="50" height="50" relative="1" as="geometry">
                        <mxPoint x="-710" y="380" as="sourcePoint"/>
                        <mxPoint x="-660" y="330" as="targetPoint"/>
                    </mxGeometry>
                </mxCell>
-                 <mxCell id="124" value="&lt;font style=&quot;font-size: 24px;&quot;&gt;pattern_type [2:0]&lt;/font&gt;" style="edgeLabel;html=1;align=center;verticalAlign=middle;resizable=0;points=[];" vertex="1" connectable="0" parent="122">
+                 <mxCell id="124" value="&lt;font style=&quot;font-size: 24px;&quot;&gt;pattern_type [1:0]&lt;/font&gt;" style="edgeLabel;html=1;align=center;verticalAlign=middle;resizable=0;points=[];" parent="122" vertex="1" connectable="0">
                    <mxGeometry x="0.1556" relative="1" as="geometry">
                        <mxPoint as="offset"/>
                    </mxGeometry>
                </mxCell>
-                 <mxCell id="125" value="" style="endArrow=classic;html=1;entryX=0.015;entryY=0.41;entryDx=0;entryDy=0;entryPerimeter=0;exitX=0;exitY=0;exitDx=0;exitDy=0;strokeColor=default;rounded=0;curved=0;jumpStyle=arc;" edge="1" parent="1" target="3">
+                 <mxCell id="125" value="" style="endArrow=classic;html=1;entryX=0.015;entryY=0.41;entryDx=0;entryDy=0;entryPerimeter=0;exitX=0;exitY=0;exitDx=0;exitDy=0;strokeColor=default;rounded=0;curved=0;jumpStyle=arc;" parent="1" target="3" edge="1">
                    <mxGeometry width="50" height="50" relative="1" as="geometry">
                        <mxPoint x="-1179.9999999999986" y="122.00000000000023" as="sourcePoint"/>
                        <mxPoint x="2010" y="500" as="targetPoint"/>
                        <Array as="points">
                            <mxPoint x="560" y="120"/>
                            <mxPoint x="560" y="447"/>
                        </Array>
                    </mxGeometry>
                </mxCell>
-                 <mxCell id="128" value="&lt;font style=&quot;font-size: 24px;&quot;&gt;enable_lanes [15:0]&lt;/font&gt;" style="edgeLabel;html=1;align=center;verticalAlign=middle;resizable=0;points=[];" vertex="1" connectable="0" parent="125">
+                 <mxCell id="128" value="&lt;font style=&quot;font-size: 24px;&quot;&gt;enable_lanes [15:0]&lt;/font&gt;" style="edgeLabel;html=1;align=center;verticalAlign=middle;resizable=0;points=[];" parent="125" vertex="1" connectable="0">
                    <mxGeometry x="0.8428" y="-3" relative="1" as="geometry">
                        <mxPoint x="-2873" y="-326" as="offset"/>
                    </mxGeometry>
                </mxCell>
-                 <mxCell id="129" value="" style="endArrow=classic;html=1;entryX=1;entryY=1;entryDx=0;entryDy=0;exitX=1.002;exitY=0.124;exitDx=0;exitDy=0;exitPerimeter=0;rounded=0;curved=0;jumpStyle=arc;" edge="1" parent="1">
+                 <mxCell id="129" value="" style="endArrow=classic;html=1;entryX=1;entryY=1;entryDx=0;entryDy=0;exitX=1.002;exitY=0.124;exitDx=0;exitDy=0;exitPerimeter=0;rounded=0;curved=0;jumpStyle=arc;" parent="1" edge="1">
                    <mxGeometry width="50" height="50" relative="1" as="geometry">
                        <mxPoint x="-1179.2800000000002" y="85.03999999999996" as="sourcePoint"/>
                        <mxPoint x="2299.999999999998" y="467" as="targetPoint"/>
                        <Array as="points">
                            <mxPoint x="590" y="87"/>
                            <mxPoint x="590" y="467"/>
                        </Array>
                    </mxGeometry>
                </mxCell>
-                 <mxCell id="137" value="&lt;font style=&quot;font-size: 24px;&quot;&gt;enable_valid&lt;/font&gt;" style="edgeLabel;html=1;align=center;verticalAlign=middle;resizable=0;points=[];" vertex="1" connectable="0" parent="129">
+                 <mxCell id="137" value="&lt;font style=&quot;font-size: 24px;&quot;&gt;enable_valid&lt;/font&gt;" style="edgeLabel;html=1;align=center;verticalAlign=middle;resizable=0;points=[];" parent="129" vertex="1" connectable="0">
                    <mxGeometry x="-0.1308" y="-3" relative="1" as="geometry">
                        <mxPoint x="-1368" as="offset"/>
                    </mxGeometry>
                </mxCell>
-                 <mxCell id="130" value="" style="endArrow=classic;html=1;entryX=0.002;entryY=0.605;entryDx=0;entryDy=0;entryPerimeter=0;exitX=0;exitY=0;exitDx=0;exitDy=0;rounded=0;curved=0;jumpStyle=arc;" edge="1" parent="1">
+                 <mxCell id="130" value="" style="endArrow=classic;html=1;entryX=0.002;entryY=0.605;entryDx=0;entryDy=0;entryPerimeter=0;exitX=0;exitY=0;exitDx=0;exitDy=0;rounded=0;curved=0;jumpStyle=arc;" parent="1" edge="1">
                    <mxGeometry width="50" height="50" relative="1" as="geometry">
                        <mxPoint x="-1179.9999999999802" y="40" as="sourcePoint"/>
                        <mxPoint x="2300" y="689.4499999999998" as="targetPoint"/>
                        <Array as="points">
                            <mxPoint x="680" y="40"/>
                            <mxPoint x="679.76" y="690"/>
                        </Array>
                    </mxGeometry>
                </mxCell>
-                 <mxCell id="138" value="&lt;font style=&quot;font-size: 24px;&quot;&gt;enable_clk&lt;/font&gt;" style="edgeLabel;html=1;align=center;verticalAlign=middle;resizable=0;points=[];" vertex="1" connectable="0" parent="130">
+                 <mxCell id="138" value="&lt;font style=&quot;font-size: 24px;&quot;&gt;enable_clk&lt;/font&gt;" style="edgeLabel;html=1;align=center;verticalAlign=middle;resizable=0;points=[];" parent="130" vertex="1" connectable="0">
                    <mxGeometry x="-0.7993" y="-1" relative="1" as="geometry">
                        <mxPoint x="-104" as="offset"/>
                    </mxGeometry>
                </mxCell>
-                 <mxCell id="120" value="" style="endArrow=classic;html=1;entryX=0.25;entryY=0;entryDx=0;entryDy=0;jumpStyle=arc;" edge="1" parent="1" target="43">
+                 <mxCell id="120" value="" style="endArrow=classic;html=1;entryX=0.25;entryY=0;entryDx=0;entryDy=0;jumpStyle=arc;" parent="1" target="43" edge="1">
                    <mxGeometry width="50" height="50" relative="1" as="geometry">
                        <mxPoint x="1300" y="290" as="sourcePoint"/>
                        <mxPoint x="1460" y="480" as="targetPoint"/>
                    </mxGeometry>
                </mxCell>
-                 <mxCell id="63" value="" style="endArrow=classic;html=1;exitX=0;exitY=1;exitDx=0;exitDy=0;rounded=0;curved=0;strokeWidth=3;jumpStyle=arc;strokeColor=default;align=center;verticalAlign=middle;fontFamily=Helvetica;fontSize=11;fontColor=default;labelBackgroundColor=default;" edge="1" parent="1">
+                 <mxCell id="63" value="" style="endArrow=classic;html=1;exitX=0;exitY=1;exitDx=0;exitDy=0;rounded=0;curved=0;strokeWidth=3;jumpStyle=arc;strokeColor=default;align=center;verticalAlign=middle;fontFamily=Helvetica;fontSize=11;fontColor=default;labelBackgroundColor=default;" parent="1" edge="1">
                    <mxGeometry width="50" height="50" relative="1" as="geometry">
                        <mxPoint x="1530" y="40" as="sourcePoint"/>
                        <mxPoint x="1400" y="740" as="targetPoint"/>
                        <Array as="points">
                            <mxPoint x="1530" y="550"/>
                            <mxPoint x="1400" y="550"/>
                        </Array>
                    </mxGeometry>
                </mxCell>
-                 <mxCell id="139" value="" style="endArrow=classic;html=1;entryX=0.002;entryY=0.896;entryDx=0;entryDy=0;exitX=0;exitY=0.17;exitDx=0;exitDy=0;exitPerimeter=0;entryPerimeter=0;rounded=0;strokeColor=default;strokeWidth=3;align=center;verticalAlign=middle;fontFamily=Helvetica;fontSize=11;fontColor=default;labelBackgroundColor=default;curved=0;" edge="1" parent="1" target="40">
+                 <mxCell id="139" value="" style="endArrow=classic;html=1;entryX=0.002;entryY=0.896;entryDx=0;entryDy=0;exitX=0;exitY=0.17;exitDx=0;exitDy=0;exitPerimeter=0;entryPerimeter=0;rounded=0;strokeColor=default;strokeWidth=3;align=center;verticalAlign=middle;fontFamily=Helvetica;fontSize=11;fontColor=default;labelBackgroundColor=default;curved=0;" parent="1" target="40" edge="1">
                    <mxGeometry width="50" height="50" relative="1" as="geometry">
                        <mxPoint x="-1730" y="637.8000000000002" as="sourcePoint"/>
                        <mxPoint x="-1540" y="630" as="targetPoint"/>
                    </mxGeometry>
                </mxCell>
-                 <mxCell id="140" value="&lt;font style=&quot;font-size: 30px;&quot;&gt;i_clk_l&lt;/font&gt;" style="edgeLabel;html=1;align=center;verticalAlign=middle;resizable=0;points=[];" vertex="1" connectable="0" parent="139">
+                 <mxCell id="140" value="&lt;font style=&quot;font-size: 30px;&quot;&gt;i_clk_l&lt;/font&gt;" style="edgeLabel;html=1;align=center;verticalAlign=middle;resizable=0;points=[];" parent="139" vertex="1" connectable="0">
                    <mxGeometry x="0.3883" y="-2" relative="1" as="geometry">
                        <mxPoint x="-42" y="-9" as="offset"/>
                    </mxGeometry>
                </mxCell>
-                 <mxCell id="141" value="" style="endArrow=classic;html=1;entryX=0.003;entryY=0.788;entryDx=0;entryDy=0;rounded=0;strokeColor=default;strokeWidth=3;align=center;verticalAlign=middle;fontFamily=Helvetica;fontSize=11;fontColor=default;labelBackgroundColor=default;curved=0;entryPerimeter=0;" edge="1" parent="1" target="38">
+                 <mxCell id="141" value="" style="endArrow=classic;html=1;entryX=0.003;entryY=0.788;entryDx=0;entryDy=0;rounded=0;strokeColor=default;strokeWidth=3;align=center;verticalAlign=middle;fontFamily=Helvetica;fontSize=11;fontColor=default;labelBackgroundColor=default;curved=0;entryPerimeter=0;" parent="1" target="38" edge="1">
                    <mxGeometry width="50" height="50" relative="1" as="geometry">
                        <mxPoint x="-1699" y="638" as="sourcePoint"/>
                        <mxPoint x="-1440" y="550" as="targetPoint"/>
                        <Array as="points">
                            <mxPoint x="-1700" y="1022"/>
                        </Array>
                    </mxGeometry>
                </mxCell>
-                 <mxCell id="143" value="" style="endArrow=classic;html=1;entryX=0.5;entryY=1;entryDx=0;entryDy=0;rounded=0;strokeColor=default;strokeWidth=3;align=center;verticalAlign=middle;fontFamily=Helvetica;fontSize=11;fontColor=default;labelBackgroundColor=default;curved=0;" edge="1" parent="1" target="43">
+                 <mxCell id="143" value="" style="endArrow=classic;html=1;entryX=0.5;entryY=1;entryDx=0;entryDy=0;rounded=0;strokeColor=default;strokeWidth=3;align=center;verticalAlign=middle;fontFamily=Helvetica;fontSize=11;fontColor=default;labelBackgroundColor=default;curved=0;" parent="1" target="43" edge="1">
                    <mxGeometry width="50" height="50" relative="1" as="geometry">
                        <mxPoint x="-1700" y="1020" as="sourcePoint"/>
                        <mxPoint x="940" y="1180" as="targetPoint"/>
                        <Array as="points">
                            <mxPoint x="-1700" y="1180"/>
                            <mxPoint x="1390" y="1180"/>
                        </Array>
                    </mxGeometry>
                </mxCell>
-                 <mxCell id="144" value="" style="endArrow=classic;html=1;entryX=0;entryY=0.75;entryDx=0;entryDy=0;rounded=0;strokeColor=default;strokeWidth=3;align=center;verticalAlign=middle;fontFamily=Helvetica;fontSize=11;fontColor=default;labelBackgroundColor=default;curved=0;jumpStyle=arc;" edge="1" parent="1" target="36">
+                 <mxCell id="144" value="" style="endArrow=classic;html=1;entryX=0;entryY=0.75;entryDx=0;entryDy=0;rounded=0;strokeColor=default;strokeWidth=3;align=center;verticalAlign=middle;fontFamily=Helvetica;fontSize=11;fontColor=default;labelBackgroundColor=default;curved=0;jumpStyle=arc;" parent="1" target="36" edge="1">
                    <mxGeometry width="50" height="50" relative="1" as="geometry">
                        <mxPoint x="-630" y="1178" as="sourcePoint"/>
                        <mxPoint x="-350" y="798.75" as="targetPoint"/>
                        <Array as="points">
                            <mxPoint x="-630" y="860"/>
                        </Array>
                    </mxGeometry>
                </mxCell>
-                 <mxCell id="146" value="" style="endArrow=classic;html=1;entryX=0.001;entryY=0.688;entryDx=0;entryDy=0;entryPerimeter=0;rounded=0;strokeColor=default;strokeWidth=3;align=center;verticalAlign=middle;fontFamily=Helvetica;fontSize=11;fontColor=default;labelBackgroundColor=default;curved=0;" edge="1" parent="1" target="37">
+                 <mxCell id="146" value="" style="endArrow=classic;html=1;entryX=0.001;entryY=0.688;entryDx=0;entryDy=0;entryPerimeter=0;rounded=0;strokeColor=default;strokeWidth=3;align=center;verticalAlign=middle;fontFamily=Helvetica;fontSize=11;fontColor=default;labelBackgroundColor=default;curved=0;" parent="1" target="37" edge="1">
                    <mxGeometry width="50" height="50" relative="1" as="geometry">
                        <mxPoint x="-630" y="1040" as="sourcePoint"/>
                        <mxPoint x="-410" y="980" as="targetPoint"/>
                    </mxGeometry>
                </mxCell>
-                 <mxCell id="150" value="" style="endArrow=classic;html=1;entryX=0;entryY=0.25;entryDx=0;entryDy=0;exitX=1;exitY=0.25;exitDx=0;exitDy=0;rounded=0;curved=0;" edge="1" parent="1" source="38" target="36">
+                 <mxCell id="150" value="" style="endArrow=classic;html=1;entryX=0;entryY=0.25;entryDx=0;entryDy=0;exitX=1;exitY=0.25;exitDx=0;exitDy=0;rounded=0;curved=0;" parent="1" source="38" target="36" edge="1">
                    <mxGeometry width="50" height="50" relative="1" as="geometry">
                        <mxPoint x="-1000" y="1040" as="sourcePoint"/>
                        <mxPoint x="-950" y="990" as="targetPoint"/>
                        <Array as="points">
                            <mxPoint x="-1010" y="843"/>
                            <mxPoint x="-1010" y="780"/>
                        </Array>
                    </mxGeometry>
                </mxCell>
-                 <mxCell id="152" value="&lt;font style=&quot;font-size: 24px;&quot;&gt;lane_LFSR_in [15:0] [63:0]&lt;/font&gt;" style="edgeLabel;html=1;align=center;verticalAlign=middle;resizable=0;points=[];" vertex="1" connectable="0" parent="150">
+                 <mxCell id="152" value="&lt;font style=&quot;font-size: 24px;&quot;&gt;lane_LFSR_in [15:0] [63:0]&lt;/font&gt;" style="edgeLabel;html=1;align=center;verticalAlign=middle;resizable=0;points=[];" parent="150" vertex="1" connectable="0">
                    <mxGeometry x="0.3579" y="-3" relative="1" as="geometry">
                        <mxPoint as="offset"/>
                    </mxGeometry>
                </mxCell>
-                 <mxCell id="114" value="" style="endArrow=classic;html=1;fontStyle=4;entryX=0;entryY=0.25;entryDx=0;entryDy=0;exitX=1.001;exitY=0.409;exitDx=0;exitDy=0;exitPerimeter=0;rounded=0;curved=0;jumpStyle=arc;" edge="1" parent="1" source="40" target="37">
+                 <mxCell id="114" value="" style="endArrow=classic;html=1;fontStyle=4;entryX=0;entryY=0.25;entryDx=0;entryDy=0;exitX=1.001;exitY=0.409;exitDx=0;exitDy=0;exitPerimeter=0;rounded=0;curved=0;jumpStyle=arc;" parent="1" source="40" target="37" edge="1">
                    <mxGeometry width="50" height="50" relative="1" as="geometry">
                        <mxPoint x="-330" y="620" as="sourcePoint"/>
                        <mxPoint x="-280" y="570" as="targetPoint"/>
                        <Array as="points">
                            <mxPoint x="-1060" y="290"/>
                            <mxPoint x="-1060" y="970"/>
                        </Array>
                    </mxGeometry>
                </mxCell>
-                 <mxCell id="117" value="&lt;font style=&quot;font-size: 24px;&quot;&gt;reset&lt;/font&gt;" style="edgeLabel;html=1;align=center;verticalAlign=middle;resizable=0;points=[];" vertex="1" connectable="0" parent="114">
+                 <mxCell id="117" value="&lt;font style=&quot;font-size: 24px;&quot;&gt;reset&lt;/font&gt;" style="edgeLabel;html=1;align=center;verticalAlign=middle;resizable=0;points=[];" parent="114" vertex="1" connectable="0">
                    <mxGeometry x="-0.9207" relative="1" as="geometry">
                        <mxPoint as="offset"/>
                    </mxGeometry>
                </mxCell>
            </root>
        </mxGraphModel>
    </diagram>
</mxfile>